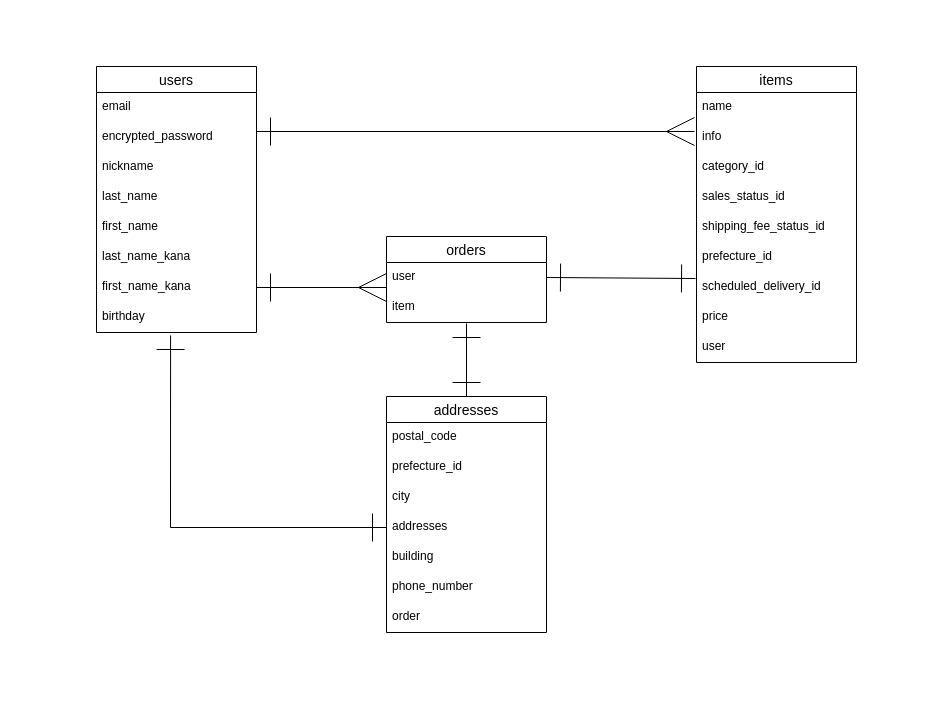
Before: er.dio in mamimama2024/furima-40338, a draw.io diagram. Source tidied: cells renumbered, new cells numbered last; positions are measured from the earlier drawing's top-left corner, leaving out a move shared by most shapes. Both pictures are drawn from the tidied source at 100%, with x=0, y=0 at pixel (16, 16).
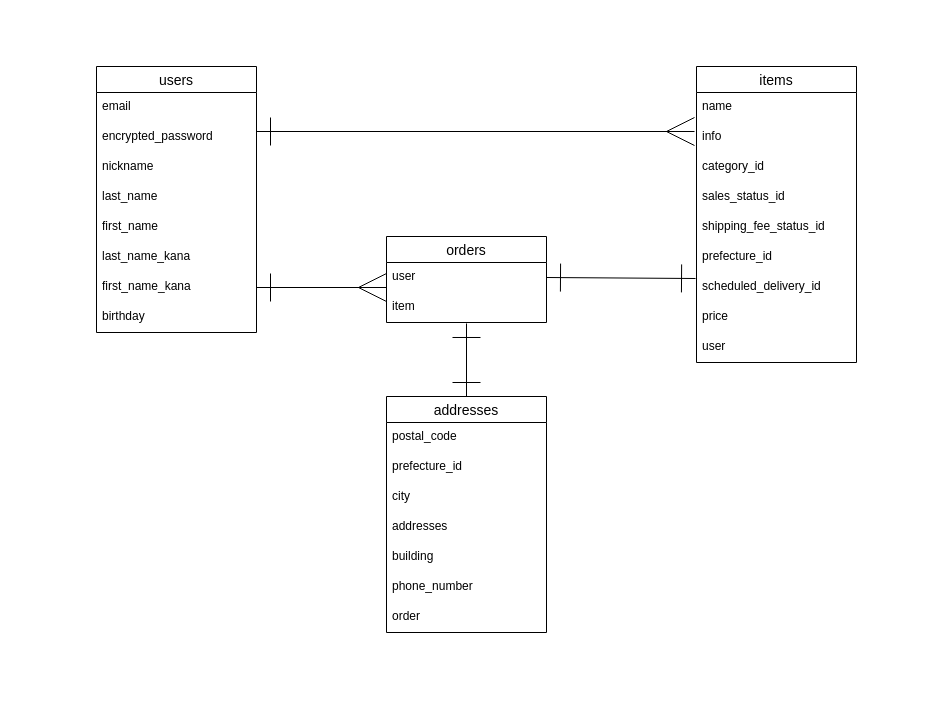
After the change.

Commit message (it also covers changes not shown here):
データベース設計の修正2

The change refers to these unchanged cells:
```xml
<mxCell id="10" value="birthday&#10;" style="text;strokeColor=none;fillColor=none;spacingLeft=4;spacingRight=4;overflow=hidden;points=[[0,0.5],[1,0.5]];portConstraint=eastwest;fontSize=12;" parent="2" vertex="1">
  <mxGeometry y="236" width="160" height="30" as="geometry" />
</mxCell>
<mxCell id="27" value="addresses" style="text;strokeColor=none;fillColor=none;spacingLeft=4;spacingRight=4;overflow=hidden;points=[[0,0.5],[1,0.5]];portConstraint=eastwest;fontSize=12;" parent="23" vertex="1">
  <mxGeometry y="116" width="160" height="30" as="geometry" />
</mxCell>
```

Diff of the diagram source:
```diff
@@
-    <mxCell id="38" style="edgeStyle=none;html=1;exitX=0;exitY=0.5;exitDx=0;exitDy=0;entryX=0.463;entryY=1.1;entryDx=0;entryDy=0;entryPerimeter=0;startArrow=ERone;startFill=0;endArrow=ERone;endFill=0;startSize=26;endSize=26;rounded=0;" parent="1" edge="1" source="27" target="10">
-      <mxGeometry relative="1" as="geometry">
-        <Array as="points">
-          <mxPoint x="154" y="511" />
-        </Array>
-      </mxGeometry>
-    </mxCell>
```
